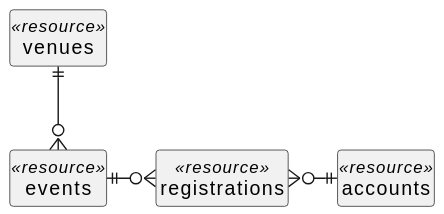
Above: docs/img/event-buddy-domain.svg in pointw-dev/hypermedia-docs (PlantUML), before the change.
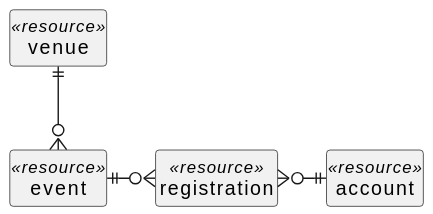
Above is the later version.

Change to the diagram source:
```diff
@@ -1,18 +1,18 @@
 @startuml
 hide <<resource>> circle
-hide <<remote>> circle
+hide <<external>> circle
 hide members
 
 skinparam class {
-    BackgroundColor<<remote>> LightBlue
+    BackgroundColor<<external>> LightBlue
 }
 
-class venues <<resource>>
-class events <<resource>>
-class registrations <<resource>>
-class accounts <<resource>>
+class venue <<resource>>
+class event <<resource>>
+class registration <<resource>>
+class account <<resource>>
 
-venues ||-down-o{ events
-events ||-right-o{ registrations
-accounts ||-left-o{ registrations
+event ||-right-o{ registration
+account ||-left-o{ registration
+venue ||--o{ event
 @enduml
```
